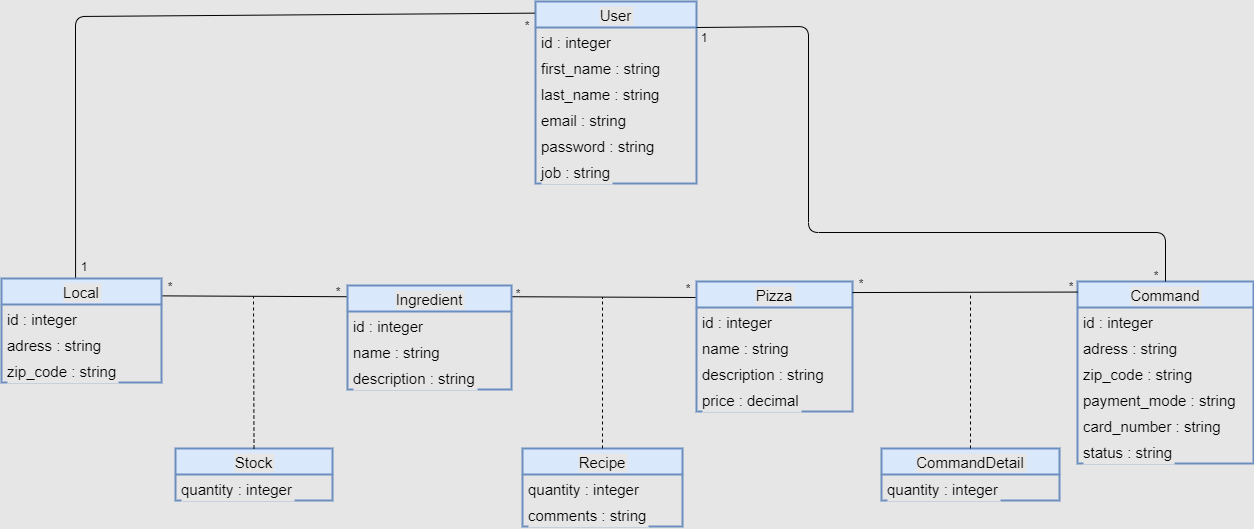
Earlier version of the draw.io export diagrammes/class_diagram.png (Tony380/Projet6). Source tidied: cells renumbered, new cells last; positions are measured from the earlier drawing's top-left corner, leaving out a move shared by most shapes.
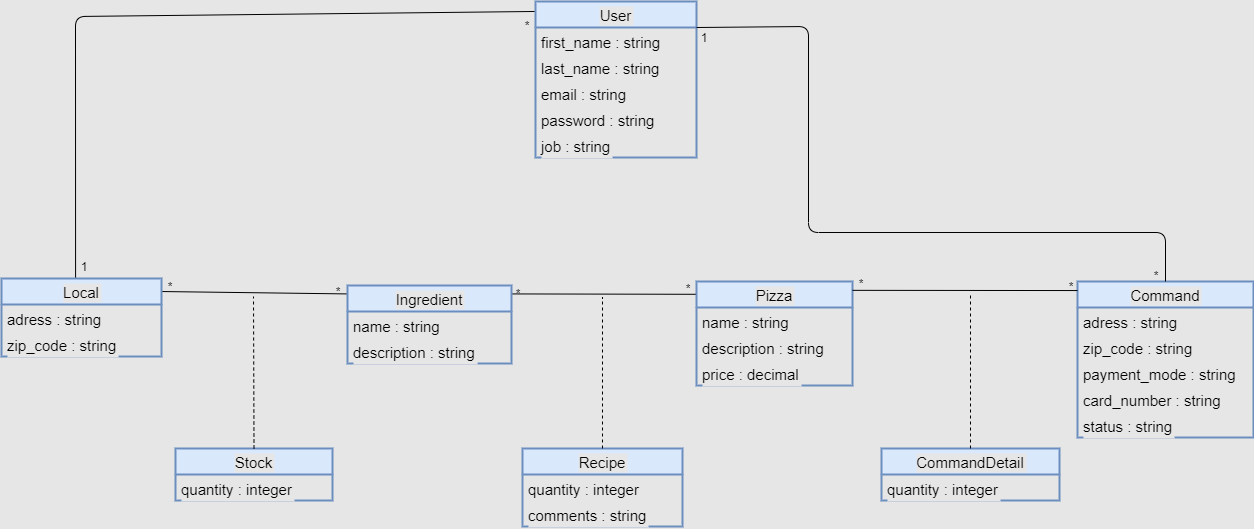
The same file after the commit.

The edit, as a diff of the source:
```diff
@@ -3,25 +3,22 @@
     <mxCell id="0" />
     <mxCell id="1" parent="0" />
     <mxCell id="2" value="Command" style="swimlane;fontStyle=0;horizontal=1;startSize=26;fillColor=#dae8fc;strokeWidth=2;labelBackgroundColor=#E6E6E6;fontSize=15;strokeColor=#6c8ebf;" parent="1" vertex="1">
-      <mxGeometry x="1076" y="280" width="176" height="182" as="geometry" />
+      <mxGeometry x="1076" y="280" width="176" height="156" as="geometry" />
     </mxCell>
-    <mxCell id="3" value="id : integer" style="text;strokeColor=none;fillColor=none;align=left;verticalAlign=top;spacingLeft=4;spacingRight=4;overflow=hidden;labelBackgroundColor=#E6E6E6;fontSize=15;" parent="2" vertex="1">
-      <mxGeometry y="26" width="176" height="26" as="geometry" />
-    </mxCell>
     <mxCell id="4" value="adress : string" style="text;strokeColor=none;fillColor=none;align=left;verticalAlign=top;spacingLeft=4;spacingRight=4;overflow=hidden;labelBackgroundColor=#E6E6E6;fontSize=15;" parent="2" vertex="1">
-      <mxGeometry y="52" width="176" height="26" as="geometry" />
+      <mxGeometry y="26" width="176" height="26" as="geometry" />
     </mxCell>
     <mxCell id="5" value="zip_code : string" style="text;strokeColor=none;fillColor=none;align=left;verticalAlign=top;spacingLeft=4;spacingRight=4;overflow=hidden;labelBackgroundColor=#E6E6E6;fontSize=15;" parent="2" vertex="1">
-      <mxGeometry y="78" width="176" height="26" as="geometry" />
+      <mxGeometry y="52" width="176" height="26" as="geometry" />
     </mxCell>
     <mxCell id="6" value="payment_mode : string" style="text;strokeColor=none;fillColor=none;align=left;verticalAlign=top;spacingLeft=4;spacingRight=4;overflow=hidden;labelBackgroundColor=#E6E6E6;fontSize=15;" parent="2" vertex="1">
-      <mxGeometry y="104" width="176" height="26" as="geometry" />
+      <mxGeometry y="78" width="176" height="26" as="geometry" />
     </mxCell>
     <mxCell id="7" value="card_number : string" style="text;strokeColor=none;fillColor=none;align=left;verticalAlign=top;spacingLeft=4;spacingRight=4;overflow=hidden;labelBackgroundColor=#E6E6E6;fontSize=15;" parent="2" vertex="1">
-      <mxGeometry y="130" width="176" height="26" as="geometry" />
+      <mxGeometry y="104" width="176" height="26" as="geometry" />
     </mxCell>
     <mxCell id="8" value="status : string" style="text;strokeColor=none;fillColor=none;align=left;verticalAlign=top;spacingLeft=4;spacingRight=4;overflow=hidden;labelBackgroundColor=#E6E6E6;fontSize=15;" parent="2" vertex="1">
-      <mxGeometry y="156" width="176" height="26" as="geometry" />
+      <mxGeometry y="130" width="176" height="26" as="geometry" />
     </mxCell>
     <mxCell id="9" value="CommandDetail" style="swimlane;fontStyle=0;horizontal=1;startSize=26;fillColor=#dae8fc;labelBackgroundColor=#E6E6E6;strokeWidth=2;fontSize=15;strokeColor=#6c8ebf;" parent="1" vertex="1">
       <mxGeometry x="880" y="447" width="178" height="52" as="geometry" />
@@ -39,19 +36,16 @@
       <mxGeometry y="52" width="160" height="26" as="geometry" />
     </mxCell>
     <mxCell id="14" value="Pizza" style="swimlane;fontStyle=0;horizontal=1;startSize=26;fillColor=#dae8fc;labelBackgroundColor=#E6E6E6;strokeWidth=2;fontSize=15;strokeColor=#6c8ebf;" parent="1" vertex="1">
-      <mxGeometry x="695" y="280" width="156" height="130" as="geometry" />
+      <mxGeometry x="695" y="280" width="156" height="104" as="geometry" />
     </mxCell>
-    <mxCell id="15" value="id : integer" style="text;strokeColor=none;fillColor=none;align=left;verticalAlign=top;spacingLeft=4;spacingRight=4;overflow=hidden;labelBackgroundColor=#E6E6E6;fontSize=15;" parent="14" vertex="1">
-      <mxGeometry y="26" width="156" height="26" as="geometry" />
-    </mxCell>
     <mxCell id="16" value="name : string" style="text;strokeColor=none;fillColor=none;align=left;verticalAlign=top;spacingLeft=4;spacingRight=4;overflow=hidden;labelBackgroundColor=#E6E6E6;fontSize=15;" parent="14" vertex="1">
-      <mxGeometry y="52" width="156" height="26" as="geometry" />
+      <mxGeometry y="26" width="156" height="26" as="geometry" />
     </mxCell>
     <mxCell id="17" value="description : string" style="text;strokeColor=none;fillColor=none;align=left;verticalAlign=top;spacingLeft=4;spacingRight=4;overflow=hidden;labelBackgroundColor=#E6E6E6;fontSize=15;" parent="14" vertex="1">
-      <mxGeometry y="78" width="156" height="26" as="geometry" />
+      <mxGeometry y="52" width="156" height="26" as="geometry" />
     </mxCell>
     <mxCell id="18" value="price : decimal" style="text;strokeColor=none;fillColor=none;align=left;verticalAlign=top;spacingLeft=4;spacingRight=4;overflow=hidden;labelBackgroundColor=#E6E6E6;fontSize=15;" parent="14" vertex="1">
-      <mxGeometry y="104" width="156" height="26" as="geometry" />
+      <mxGeometry y="78" width="156" height="26" as="geometry" />
     </mxCell>
     <mxCell id="19" value="Stock" style="swimlane;fontStyle=0;horizontal=1;startSize=26;fillColor=#dae8fc;labelBackgroundColor=#E6E6E6;strokeWidth=2;fontSize=15;strokeColor=#6c8ebf;" parent="1" vertex="1">
       <mxGeometry x="174" y="447" width="157" height="52" as="geometry" />
@@ -84,25 +78,22 @@
       </mxGeometry>
     </mxCell>
     <mxCell id="27" value="User" style="swimlane;fontStyle=0;horizontal=1;startSize=26;fillColor=#dae8fc;labelBackgroundColor=#E6E6E6;strokeWidth=2;fontSize=15;strokeColor=#6c8ebf;" parent="1" vertex="1">
-      <mxGeometry x="534" width="161" height="182" as="geometry" />
+      <mxGeometry x="534" width="161" height="156" as="geometry" />
     </mxCell>
-    <mxCell id="28" value="id : integer" style="text;strokeColor=none;fillColor=none;align=left;verticalAlign=top;spacingLeft=4;spacingRight=4;overflow=hidden;points=[[0,0.5],[1,0.5]];portConstraint=eastwest;labelBackgroundColor=#E6E6E6;fontSize=15;" parent="27" vertex="1">
-      <mxGeometry y="26" width="161" height="26" as="geometry" />
-    </mxCell>
     <mxCell id="29" value="first_name : string" style="text;strokeColor=none;fillColor=none;align=left;verticalAlign=top;spacingLeft=4;spacingRight=4;overflow=hidden;labelBackgroundColor=#E6E6E6;fontSize=15;" parent="27" vertex="1">
-      <mxGeometry y="52" width="161" height="26" as="geometry" />
+      <mxGeometry y="26" width="161" height="26" as="geometry" />
     </mxCell>
     <mxCell id="30" value="last_name : string" style="text;strokeColor=none;fillColor=none;align=left;verticalAlign=top;spacingLeft=4;spacingRight=4;overflow=hidden;labelBackgroundColor=#E6E6E6;fontSize=15;" parent="27" vertex="1">
-      <mxGeometry y="78" width="161" height="26" as="geometry" />
+      <mxGeometry y="52" width="161" height="26" as="geometry" />
     </mxCell>
     <mxCell id="31" value="email : string" style="text;strokeColor=none;fillColor=none;align=left;verticalAlign=top;spacingLeft=4;spacingRight=4;overflow=hidden;labelBackgroundColor=#E6E6E6;fontSize=15;" parent="27" vertex="1">
-      <mxGeometry y="104" width="161" height="26" as="geometry" />
+      <mxGeometry y="78" width="161" height="26" as="geometry" />
     </mxCell>
     <mxCell id="32" value="password : string" style="text;strokeColor=none;fillColor=none;align=left;verticalAlign=top;spacingLeft=4;spacingRight=4;overflow=hidden;labelBackgroundColor=#E6E6E6;fontSize=15;" parent="27" vertex="1">
-      <mxGeometry y="130" width="161" height="26" as="geometry" />
+      <mxGeometry y="104" width="161" height="26" as="geometry" />
     </mxCell>
     <mxCell id="33" value="job : string" style="text;strokeColor=none;fillColor=none;align=left;verticalAlign=top;spacingLeft=4;spacingRight=4;overflow=hidden;labelBackgroundColor=#E6E6E6;fontSize=15;" parent="27" vertex="1">
-      <mxGeometry y="156" width="161" height="26" as="geometry" />
+      <mxGeometry y="130" width="161" height="26" as="geometry" />
     </mxCell>
     <mxCell id="34" style="endArrow=none;html=1;exitX=0.463;exitY=0.013;exitDx=0;exitDy=0;exitPerimeter=0;entryX=-0.006;entryY=0.064;entryDx=0;entryDy=0;entryPerimeter=0;" parent="1" edge="1" source="50" target="27">
       <mxGeometry relative="1" as="geometry">
@@ -111,8 +102,9 @@
         </Array>
       </mxGeometry>
     </mxCell>
-    <mxCell id="35" style="endArrow=none;html=1;exitX=1;exitY=0;exitDx=0;exitDy=0;exitPerimeter=0;entryX=0.5;entryY=0;entryDx=0;entryDy=0;" parent="1" edge="1" source="28" target="2">
+    <mxCell id="35" style="endArrow=none;html=1;exitX=1;exitY=0;exitDx=0;exitDy=0;exitPerimeter=0;entryX=0.5;entryY=0;entryDx=0;entryDy=0;" parent="1" edge="1" target="2">
       <mxGeometry relative="1" as="geometry">
+        <mxPoint x="695" y="26" as="sourcePoint" />
         <Array as="points">
           <mxPoint x="807" y="25" />
           <mxPoint x="807" y="231" />
@@ -151,28 +143,22 @@
       <mxGeometry x="506" y="14" width="40" height="20" as="geometry" />
     </mxCell>
     <mxCell id="46" value="Ingredient" style="swimlane;fontStyle=0;horizontal=1;startSize=26;fillColor=#dae8fc;labelBackgroundColor=#E6E6E6;strokeWidth=2;fontSize=15;strokeColor=#6c8ebf;" parent="1" vertex="1">
-      <mxGeometry x="346" y="284" width="164" height="104" as="geometry" />
+      <mxGeometry x="346" y="284" width="164" height="78" as="geometry" />
     </mxCell>
-    <mxCell id="47" value="id : integer" style="text;strokeColor=none;fillColor=none;align=left;verticalAlign=top;spacingLeft=4;spacingRight=4;overflow=hidden;labelBackgroundColor=#E6E6E6;fontSize=15;" parent="46" vertex="1">
-      <mxGeometry y="26" width="164" height="26" as="geometry" />
-    </mxCell>
     <mxCell id="48" value="name : string" style="text;strokeColor=none;fillColor=none;align=left;verticalAlign=top;spacingLeft=4;spacingRight=4;overflow=hidden;labelBackgroundColor=#E6E6E6;fontSize=15;" parent="46" vertex="1">
-      <mxGeometry y="52" width="164" height="26" as="geometry" />
+      <mxGeometry y="26" width="164" height="26" as="geometry" />
     </mxCell>
     <mxCell id="49" value="description : string" style="text;strokeColor=none;fillColor=none;align=left;verticalAlign=top;spacingLeft=4;spacingRight=4;overflow=hidden;labelBackgroundColor=#E6E6E6;fontSize=15;" parent="46" vertex="1">
-      <mxGeometry y="78" width="164" height="26" as="geometry" />
+      <mxGeometry y="52" width="164" height="26" as="geometry" />
     </mxCell>
     <mxCell id="50" value="Local" style="swimlane;fontStyle=0;horizontal=1;startSize=26;fillColor=#dae8fc;labelBackgroundColor=#E6E6E6;strokeWidth=2;fontSize=15;strokeColor=#6c8ebf;" parent="1" vertex="1">
-      <mxGeometry y="277" width="160" height="104" as="geometry" />
+      <mxGeometry y="277" width="160" height="78" as="geometry" />
     </mxCell>
-    <mxCell id="51" value="id : integer" style="text;strokeColor=none;fillColor=none;align=left;verticalAlign=top;spacingLeft=4;spacingRight=4;overflow=hidden;labelBackgroundColor=#E6E6E6;fontSize=15;" parent="50" vertex="1">
-      <mxGeometry y="26" width="160" height="26" as="geometry" />
-    </mxCell>
     <mxCell id="52" value="adress : string" style="text;strokeColor=none;fillColor=none;align=left;verticalAlign=top;spacingLeft=4;spacingRight=4;overflow=hidden;labelBackgroundColor=#E6E6E6;fontSize=15;" parent="50" vertex="1">
-      <mxGeometry y="52" width="160" height="26" as="geometry" />
+      <mxGeometry y="26" width="160" height="26" as="geometry" />
     </mxCell>
     <mxCell id="53" value="zip_code : string" style="text;strokeColor=none;fillColor=none;align=left;verticalAlign=top;spacingLeft=4;spacingRight=4;overflow=hidden;labelBackgroundColor=#E6E6E6;fontSize=15;" parent="50" vertex="1">
-      <mxGeometry y="78" width="160" height="26" as="geometry" />
+      <mxGeometry y="52" width="160" height="26" as="geometry" />
     </mxCell>
   </root>
 </mxGraphModel>
```
